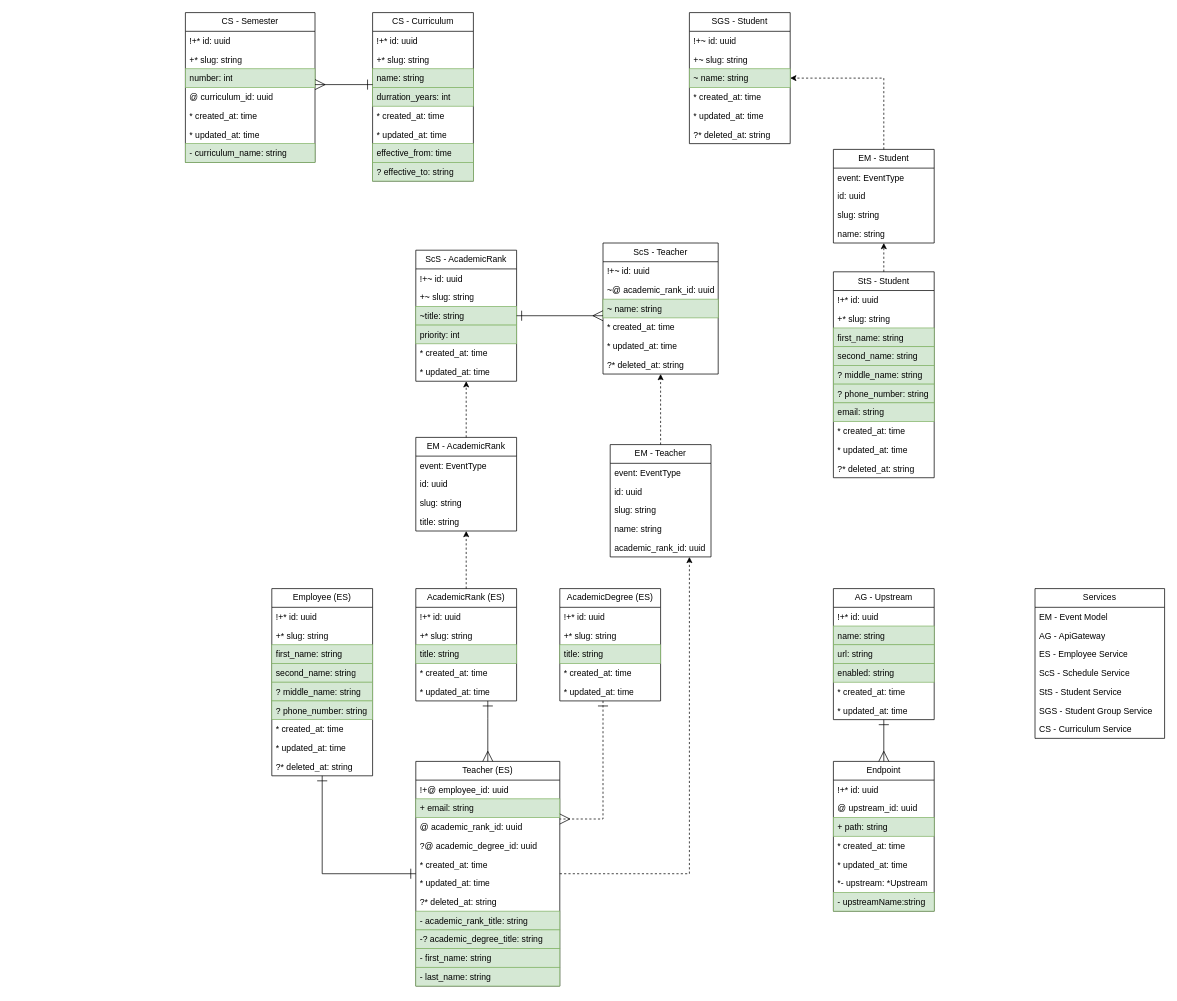
Earlier version of the draw.io diagram page "General" (2 of 8) of docs/entity_relationship.drawio (IrusHunter/duckademic). Source tidied: cells renumbered, new cells numbered last; positions are measured from the earlier drawing's top-left corner, leaving out a move shared by most shapes. Both pictures are drawn from the tidied source at 72%, with x=0, y=0 at pixel (185, 12).
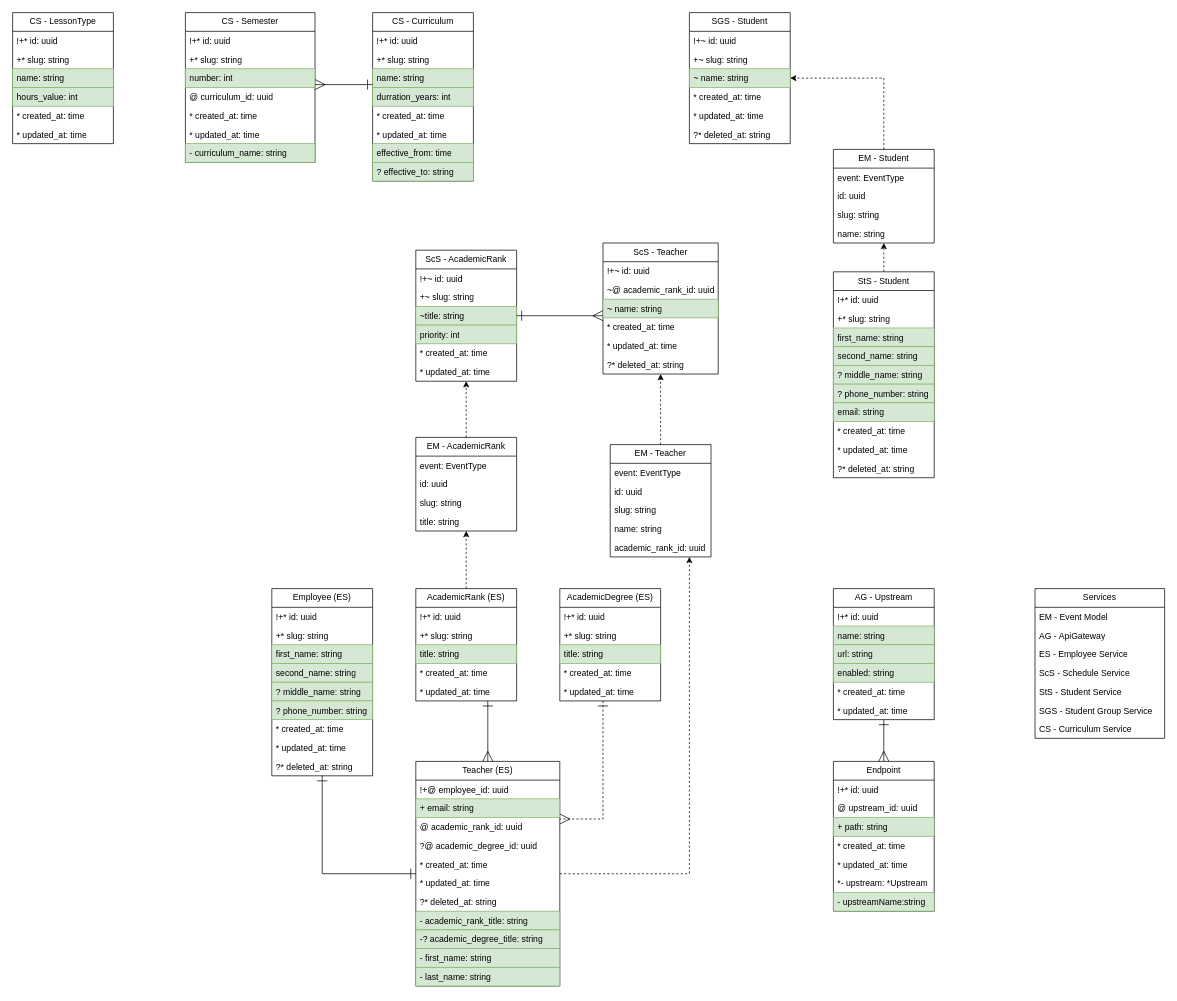
The same page after the edit.

Diff of the diagram source:
```diff
@@
+    <mxCell id="136" value="CS - LessonType" style="swimlane;fontStyle=0;horizontal=1;startSize=26;fillColor=none;whiteSpace=wrap;html=1;" parent="1" vertex="1">
+      <mxGeometry x="-240" width="140" height="182" as="geometry" />
+    </mxCell>
+    <mxCell id="137" value="!+* id: uuid" style="text;strokeColor=none;fillColor=none;align=left;verticalAlign=top;spacingLeft=4;spacingRight=4;overflow=hidden;whiteSpace=wrap;html=1;" parent="136" vertex="1">
+      <mxGeometry y="26" width="140" height="26" as="geometry" />
+    </mxCell>
+    <mxCell id="138" value="+* slug: string" style="text;strokeColor=none;fillColor=none;align=left;verticalAlign=top;spacingLeft=4;spacingRight=4;overflow=hidden;whiteSpace=wrap;html=1;" parent="136" vertex="1">
+      <mxGeometry y="52" width="140" height="26" as="geometry" />
+    </mxCell>
+    <mxCell id="139" value="name: string" style="text;strokeColor=#82b366;fillColor=#d5e8d4;align=left;verticalAlign=top;spacingLeft=4;spacingRight=4;overflow=hidden;whiteSpace=wrap;html=1;" parent="136" vertex="1">
+      <mxGeometry y="78" width="140" height="26" as="geometry" />
+    </mxCell>
+    <mxCell id="140" value="hours_value: int" style="text;strokeColor=#82b366;fillColor=#d5e8d4;align=left;verticalAlign=top;spacingLeft=4;spacingRight=4;overflow=hidden;whiteSpace=wrap;html=1;" parent="136" vertex="1">
+      <mxGeometry y="104" width="140" height="26" as="geometry" />
+    </mxCell>
+    <mxCell id="141" value="* created_at: time" style="text;strokeColor=none;fillColor=none;align=left;verticalAlign=top;spacingLeft=4;spacingRight=4;overflow=hidden;whiteSpace=wrap;html=1;" parent="136" vertex="1">
+      <mxGeometry y="130" width="140" height="26" as="geometry" />
+    </mxCell>
+    <mxCell id="142" value="* updated_at: time" style="text;strokeColor=none;fillColor=none;align=left;verticalAlign=top;spacingLeft=4;spacingRight=4;overflow=hidden;whiteSpace=wrap;html=1;" parent="136" vertex="1">
+      <mxGeometry y="156" width="140" height="26" as="geometry" />
+    </mxCell>
```
